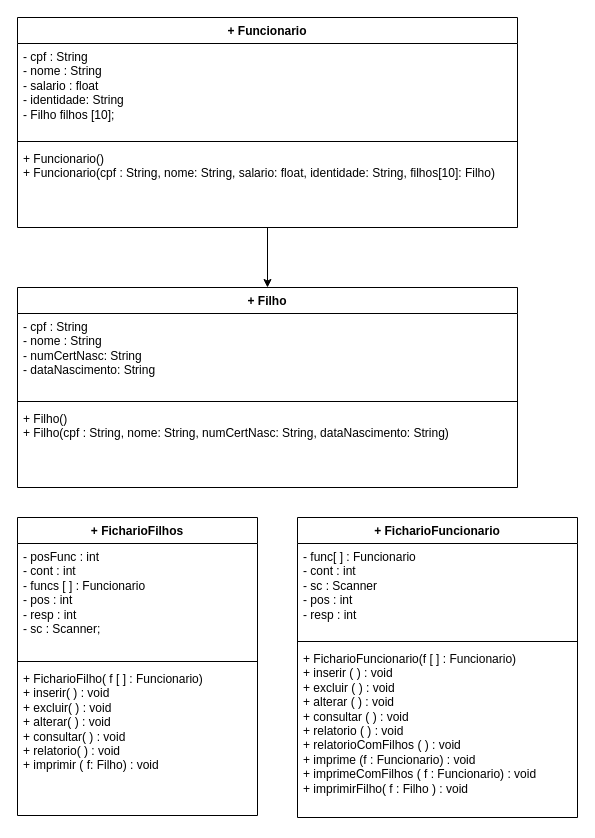
Before: Análise e Projetos Orientados a Objetos/Lista02/Ex02/Lista02Ex02.drawio in Krittz/IFTM-ADS, a draw.io diagram. Source tidied: cells renumbered, new cells numbered last; positions are measured from the earlier drawing's top-left corner, leaving out a move shared by most shapes. Both pictures are drawn from the tidied source at 100%, with x=0, y=0 at pixel (17, 17).
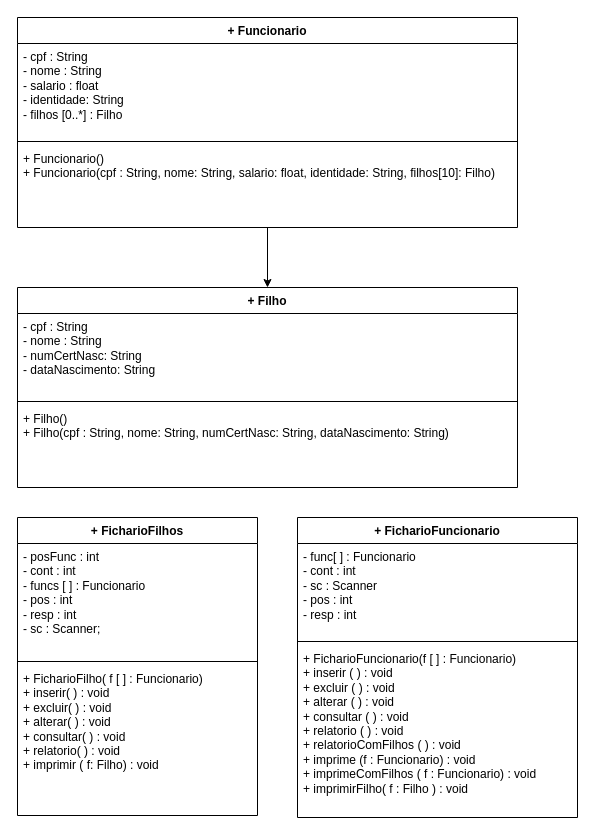
Above is the later version.

The edit, as a diff of the source:
```diff
@@
 <mxGraphModel>
   <root>
     <mxCell id="0" />
     <mxCell id="1" parent="0" />
     <mxCell id="2" style="edgeStyle=orthogonalEdgeStyle;rounded=0;jettySize=auto;html=1;entryX=0.5;entryY=0;entryDx=0;entryDy=0;" parent="1" edge="1" source="3" target="7">
       <mxGeometry relative="1" as="geometry" />
     </mxCell>
     <mxCell id="3" value="+ Funcionario" style="swimlane;fontStyle=1;align=center;verticalAlign=top;horizontal=1;startSize=26;whiteSpace=wrap;html=1;" parent="1" vertex="1">
       <mxGeometry width="500" height="210" as="geometry" />
     </mxCell>
-    <mxCell id="4" value="- cpf : String&lt;br&gt;- nome : String&lt;br&gt;- salario : float&lt;br&gt;- identidade: String&lt;br&gt;- Filho filhos [10];&amp;nbsp;" style="text;strokeColor=none;fillColor=none;align=left;verticalAlign=top;spacingLeft=4;spacingRight=4;overflow=hidden;whiteSpace=wrap;html=1;" parent="3" vertex="1">
+    <mxCell id="4" value="- cpf : String&lt;br&gt;- nome : String&lt;br&gt;- salario : float&lt;br&gt;- identidade: String&lt;br&gt;- filhos [0..*] : Filho&amp;nbsp;" style="text;strokeColor=none;fillColor=none;align=left;verticalAlign=top;spacingLeft=4;spacingRight=4;overflow=hidden;whiteSpace=wrap;html=1;" parent="3" vertex="1">
       <mxGeometry y="26" width="500" height="94" as="geometry" />
     </mxCell>
     <mxCell id="5" style="line;strokeWidth=1;fillColor=none;align=left;verticalAlign=middle;spacingTop=-1;spacingLeft=3;spacingRight=3;labelPosition=right;strokeColor=inherit;" parent="3" vertex="1">
       <mxGeometry y="120" width="500" height="8" as="geometry" />
     </mxCell>
     <mxCell id="6" value="+ Funcionario()&lt;br&gt;+ Funcionario(cpf : String, nome: String, salario: float, identidade: String, filhos[10]: Filho)" style="text;strokeColor=none;fillColor=none;align=left;verticalAlign=top;spacingLeft=4;spacingRight=4;overflow=hidden;whiteSpace=wrap;html=1;" parent="3" vertex="1">
       <mxGeometry y="128" width="500" height="82" as="geometry" />
     </mxCell>
     <mxCell id="7" value="+ Filho" style="swimlane;fontStyle=1;align=center;verticalAlign=top;horizontal=1;startSize=26;whiteSpace=wrap;html=1;" parent="1" vertex="1">
       <mxGeometry y="270" width="500" height="200" as="geometry" />
     </mxCell>
     <mxCell id="8" value="- cpf : String&lt;br&gt;- nome : String&lt;br&gt;- numCertNasc: String&lt;br&gt;- dataNascimento: String&amp;nbsp;" style="text;strokeColor=none;fillColor=none;align=left;verticalAlign=top;spacingLeft=4;spacingRight=4;overflow=hidden;whiteSpace=wrap;html=1;" parent="7" vertex="1">
       <mxGeometry y="26" width="500" height="84" as="geometry" />
     </mxCell>
     <mxCell id="9" style="line;strokeWidth=1;fillColor=none;align=left;verticalAlign=middle;spacingTop=-1;spacingLeft=3;spacingRight=3;labelPosition=right;strokeColor=inherit;" parent="7" vertex="1">
       <mxGeometry y="110" width="500" height="8" as="geometry" />
     </mxCell>
     <mxCell id="10" value="+ Filho()&lt;br&gt;+ Filho(cpf : String, nome: String, numCertNasc: String, dataNascimento: String)&lt;br&gt;" style="text;strokeColor=none;fillColor=none;align=left;verticalAlign=top;spacingLeft=4;spacingRight=4;overflow=hidden;whiteSpace=wrap;html=1;" parent="7" vertex="1">
       <mxGeometry y="118" width="500" height="82" as="geometry" />
     </mxCell>
     <mxCell id="11" value="+ FicharioFilhos" style="swimlane;fontStyle=1;align=center;verticalAlign=top;horizontal=1;startSize=26;whiteSpace=wrap;html=1;" parent="1" vertex="1">
       <mxGeometry y="500" width="240" height="298" as="geometry" />
     </mxCell>
     <mxCell id="12" value="- posFunc : int&lt;br&gt;- cont : int&lt;br&gt;- funcs [ ] : Funcionario&lt;br&gt;- pos : int&lt;br&gt;- resp : int&amp;nbsp;&lt;br&gt;- sc : Scanner;" style="text;strokeColor=none;fillColor=none;align=left;verticalAlign=top;spacingLeft=4;spacingRight=4;overflow=hidden;whiteSpace=wrap;html=1;" parent="11" vertex="1">
       <mxGeometry y="26" width="240" height="114" as="geometry" />
     </mxCell>
     <mxCell id="13" style="line;strokeWidth=1;fillColor=none;align=left;verticalAlign=middle;spacingTop=-1;spacingLeft=3;spacingRight=3;labelPosition=right;strokeColor=inherit;" parent="11" vertex="1">
       <mxGeometry y="140" width="240" height="8" as="geometry" />
     </mxCell>
     <mxCell id="14" value="+ FicharioFilho( f [ ] : Funcionario)&lt;br&gt;+ inserir( ) : void&lt;br&gt;+ excluir( ) : void&lt;br&gt;+ alterar( ) : void&lt;br&gt;+ consultar( ) : void&lt;br&gt;+ relatorio( ) : void&lt;br&gt;+ imprimir ( f: Filho) : void" style="text;strokeColor=none;fillColor=none;align=left;verticalAlign=top;spacingLeft=4;spacingRight=4;overflow=hidden;whiteSpace=wrap;html=1;" parent="11" vertex="1">
       <mxGeometry y="148" width="240" height="150" as="geometry" />
     </mxCell>
     <mxCell id="15" value="+ FicharioFuncionario" style="swimlane;fontStyle=1;align=center;verticalAlign=top;horizontal=1;startSize=26;whiteSpace=wrap;html=1;" parent="1" vertex="1">
       <mxGeometry x="280" y="500" width="280" height="300" as="geometry" />
     </mxCell>
     <mxCell id="16" value="- func[ ] : Funcionario&lt;br&gt;- cont : int&lt;br&gt;- sc : Scanner&lt;br&gt;- pos : int&lt;br&gt;- resp : int&lt;br&gt;&lt;br&gt;" style="text;strokeColor=none;fillColor=none;align=left;verticalAlign=top;spacingLeft=4;spacingRight=4;overflow=hidden;whiteSpace=wrap;html=1;" parent="15" vertex="1">
       <mxGeometry y="26" width="280" height="94" as="geometry" />
     </mxCell>
     <mxCell id="17" style="line;strokeWidth=1;fillColor=none;align=left;verticalAlign=middle;spacingTop=-1;spacingLeft=3;spacingRight=3;labelPosition=right;strokeColor=inherit;" parent="15" vertex="1">
       <mxGeometry y="120" width="280" height="8" as="geometry" />
     </mxCell>
     <mxCell id="18" value="+ FicharioFuncionario(f [ ] : Funcionario)&lt;br&gt;+ inserir ( ) : void&lt;br&gt;+ excluir ( ) : void&lt;br&gt;+ alterar ( ) : void&lt;br&gt;+ consultar ( ) : void&lt;br&gt;+ relatorio ( ) : void&lt;br&gt;+ relatorioComFilhos ( ) : void&lt;br&gt;+ imprime (f : Funcionario) : void&lt;br&gt;+ imprimeComFilhos ( f : Funcionario) : void&lt;br&gt;+ imprimirFilho( f : Filho ) : void&lt;br&gt;&amp;nbsp;" style="text;strokeColor=none;fillColor=none;align=left;verticalAlign=top;spacingLeft=4;spacingRight=4;overflow=hidden;whiteSpace=wrap;html=1;" parent="15" vertex="1">
       <mxGeometry y="128" width="280" height="172" as="geometry" />
     </mxCell>
   </root>
 </mxGraphModel>
```
